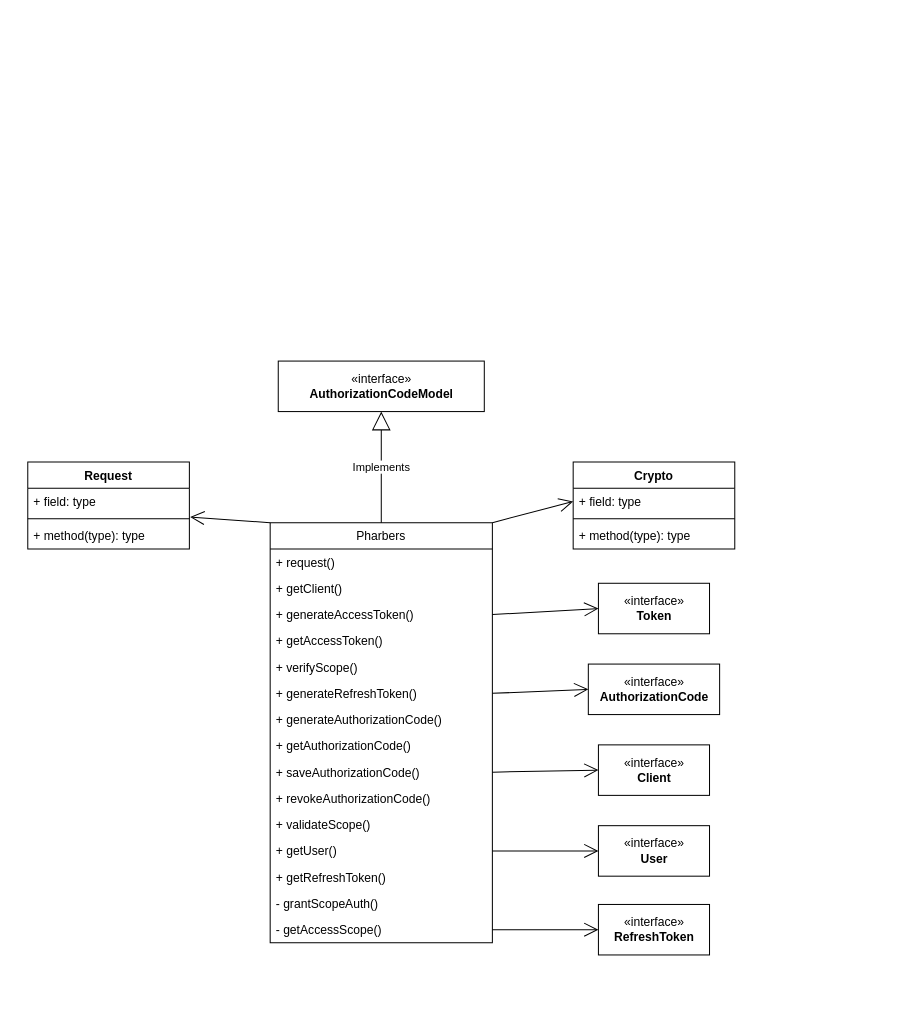
Before: Untitled Diagram.drawio in wordlu/note-update, a draw.io diagram. Source tidied: cells renumbered, new cells numbered last; positions are measured from the earlier drawing's top-left corner, leaving out a move shared by most shapes. Both pictures are drawn from the tidied source at 101%, with x=0, y=0 at pixel (27, 260).
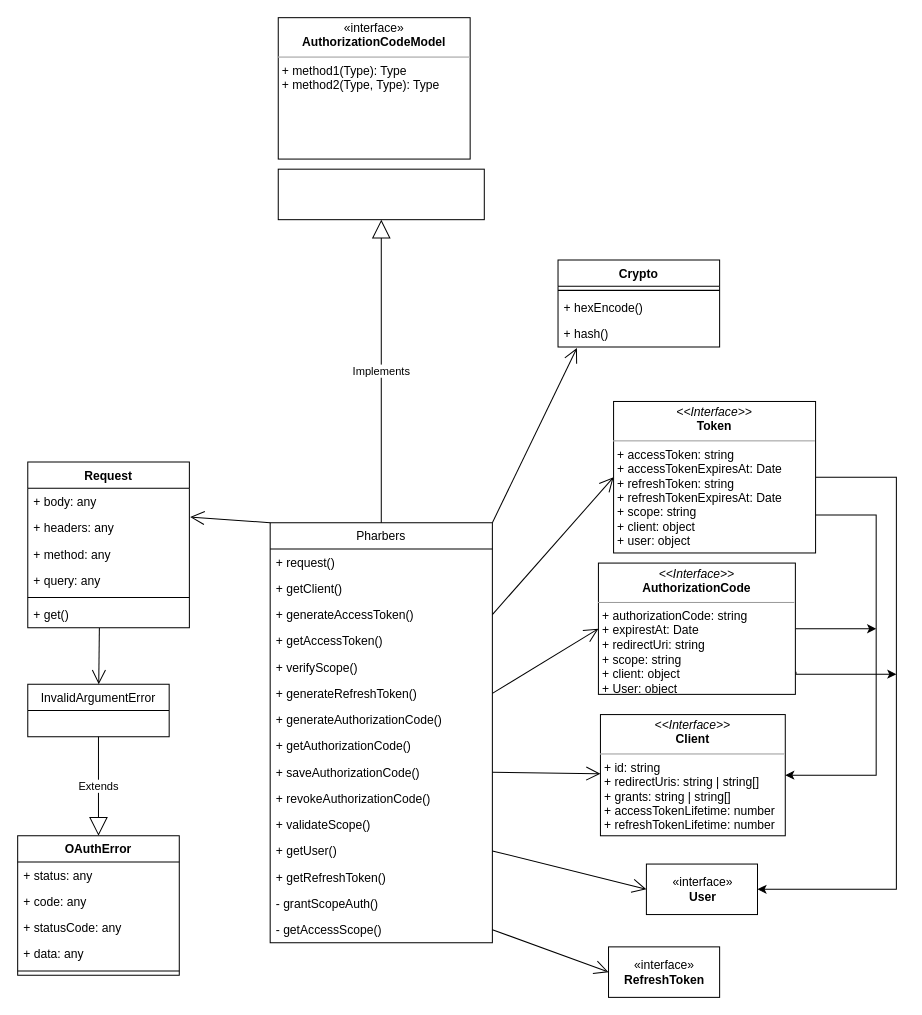
The same diagram, later.

The change refers to these unchanged cells:
```xml
<mxCell id="2" value="Pharbers" style="swimlane;fontStyle=0;horizontal=1;startSize=26;fillColor=none;" parent="1" vertex="1">
  <mxGeometry x="240" y="260" width="220" height="416" as="geometry" />
</mxCell>
<mxCell id="5" value="+ generateAccessToken()&#10;&#10;+ saveToken()&#10;" style="text;strokeColor=none;fillColor=none;align=left;verticalAlign=top;spacingLeft=4;spacingRight=4;overflow=hidden;points=[[0,0.5],[1,0.5]];portConstraint=eastwest;" parent="2" vertex="1">
  <mxGeometry y="78" width="220" height="26" as="geometry" />
</mxCell>
<mxCell id="8" value="+ generateRefreshToken()&#10;&#10;&#10;&#10;" style="text;strokeColor=none;fillColor=none;align=left;verticalAlign=top;spacingLeft=4;spacingRight=4;overflow=hidden;points=[[0,0.5],[1,0.5]];portConstraint=eastwest;" parent="2" vertex="1">
  <mxGeometry y="156" width="220" height="26" as="geometry" />
</mxCell>
<mxCell id="11" value="+ saveAuthorizationCode()&#10;&#10;&#10;" style="text;strokeColor=none;fillColor=none;align=left;verticalAlign=top;spacingLeft=4;spacingRight=4;overflow=hidden;points=[[0,0.5],[1,0.5]];portConstraint=eastwest;" parent="2" vertex="1">
  <mxGeometry y="234" width="220" height="26" as="geometry" />
</mxCell>
```

Diff of the diagram source:
```diff
@@
-    <mxCell id="18" value="Implements" style="endArrow=block;endSize=16;endFill=0;html=1;exitX=0.5;exitY=0;exitDx=0;exitDy=0;entryX=0.5;entryY=1;entryDx=0;entryDy=0;" parent="1" edge="1" source="2">
-      <mxGeometry relative="1" as="geometry">
-        <mxPoint x="350" y="150" as="targetPoint" />
-      </mxGeometry>
+    <mxCell id="18" value="Implements" style="endArrow=block;endSize=16;endFill=0;html=1;exitX=0.5;exitY=0;exitDx=0;exitDy=0;entryX=0.5;entryY=1;entryDx=0;entryDy=0;" parent="1" edge="1" source="2" target="20">
+      <mxGeometry relative="1" as="geometry" />
     </mxCell>
@@
-    <mxCell id="20" value="«interface»&lt;br&gt;&lt;b&gt;AuthorizationCodeModel&lt;/b&gt;&lt;b&gt;&lt;br&gt;&lt;/b&gt;" style="html=1;" parent="1" vertex="1">
-      <mxGeometry x="248" y="100" width="204" height="50" as="geometry" />
+    <mxCell id="20" value="&lt;b&gt;&lt;br&gt;&lt;/b&gt;" style="html=1;" parent="1" vertex="1">
+      <mxGeometry x="248" y="-90" width="204" height="50" as="geometry" />
     </mxCell>
@@
     <mxCell id="22" value="Request&#10;" style="swimlane;fontStyle=1;align=center;verticalAlign=top;horizontal=1;startSize=26;" parent="1" vertex="1">
-      <mxGeometry y="200" width="160" height="86" as="geometry" />
+      <mxGeometry y="200" width="160" height="164" as="geometry" />
     </mxCell>
-    <mxCell id="23" value="+ field: type" style="text;strokeColor=none;fillColor=none;align=left;verticalAlign=top;spacingLeft=4;spacingRight=4;overflow=hidden;points=[[0,0.5],[1,0.5]];portConstraint=eastwest;" parent="22" vertex="1">
+    <mxCell id="23" value="+ body: any&#10;&#10;" style="text;strokeColor=none;fillColor=none;align=left;verticalAlign=top;spacingLeft=4;spacingRight=4;overflow=hidden;points=[[0,0.5],[1,0.5]];portConstraint=eastwest;" parent="22" vertex="1">
       <mxGeometry y="26" width="160" height="26" as="geometry" />
     </mxCell>
+    <mxCell id="41" value="+ headers: any" style="text;strokeColor=none;fillColor=none;align=left;verticalAlign=top;spacingLeft=4;spacingRight=4;overflow=hidden;" parent="22" vertex="1">
+      <mxGeometry y="52" width="160" height="26" as="geometry" />
+    </mxCell>
+    <mxCell id="42" value="+ method: any" style="text;strokeColor=none;fillColor=none;align=left;verticalAlign=top;spacingLeft=4;spacingRight=4;overflow=hidden;" parent="22" vertex="1">
+      <mxGeometry y="78" width="160" height="26" as="geometry" />
+    </mxCell>
+    <mxCell id="43" value="+ query: any" style="text;strokeColor=none;fillColor=none;align=left;verticalAlign=top;spacingLeft=4;spacingRight=4;overflow=hidden;" parent="22" vertex="1">
+      <mxGeometry y="104" width="160" height="26" as="geometry" />
+    </mxCell>
     <mxCell id="24" style="line;strokeWidth=1;fillColor=none;align=left;verticalAlign=middle;spacingTop=-1;spacingLeft=3;spacingRight=3;labelPosition=right;" parent="22" vertex="1">
-      <mxGeometry y="52" width="160" height="8" as="geometry" />
+      <mxGeometry y="130" width="160" height="8" as="geometry" />
     </mxCell>
-    <mxCell id="25" value="+ method(type): type" style="text;strokeColor=none;fillColor=none;align=left;verticalAlign=top;spacingLeft=4;spacingRight=4;overflow=hidden;points=[[0,0.5],[1,0.5]];portConstraint=eastwest;" parent="22" vertex="1">
-      <mxGeometry y="60" width="160" height="26" as="geometry" />
+    <mxCell id="25" value="+ get()" style="text;strokeColor=none;fillColor=none;align=left;verticalAlign=top;spacingLeft=4;spacingRight=4;overflow=hidden;points=[[0,0.5],[1,0.5]];portConstraint=eastwest;" parent="22" vertex="1">
+      <mxGeometry y="138" width="160" height="26" as="geometry" />
     </mxCell>
     <mxCell id="26" value="Crypto&#10;" style="swimlane;fontStyle=1;align=center;verticalAlign=top;horizontal=1;startSize=26;" parent="1" vertex="1">
-      <mxGeometry x="540" y="200" width="160" height="86" as="geometry" />
+      <mxGeometry x="525" width="160" height="86" as="geometry" />
     </mxCell>
-    <mxCell id="27" value="+ field: type" style="text;strokeColor=none;fillColor=none;align=left;verticalAlign=top;spacingLeft=4;spacingRight=4;overflow=hidden;points=[[0,0.5],[1,0.5]];portConstraint=eastwest;" parent="26" vertex="1">
-      <mxGeometry y="26" width="160" height="26" as="geometry" />
-    </mxCell>
     <mxCell id="28" style="line;strokeWidth=1;fillColor=none;align=left;verticalAlign=middle;spacingTop=-1;spacingLeft=3;spacingRight=3;labelPosition=right;" parent="26" vertex="1">
-      <mxGeometry y="52" width="160" height="8" as="geometry" />
+      <mxGeometry y="26" width="160" height="8" as="geometry" />
     </mxCell>
-    <mxCell id="29" value="+ method(type): type" style="text;strokeColor=none;fillColor=none;align=left;verticalAlign=top;spacingLeft=4;spacingRight=4;overflow=hidden;" parent="26" vertex="1">
-      <mxGeometry y="60" width="160" height="26" as="geometry" />
+    <mxCell id="29" value="+ hexEncode()" style="text;strokeColor=none;fillColor=none;align=left;verticalAlign=top;spacingLeft=4;spacingRight=4;overflow=hidden;" parent="26" vertex="1">
+      <mxGeometry y="34" width="160" height="26" as="geometry" />
     </mxCell>
-    <mxCell id="30" value="«interface»&lt;br&gt;&lt;b&gt;Client&lt;/b&gt;" style="html=1;" parent="1" vertex="1">
-      <mxGeometry x="565" y="480" width="110" height="50" as="geometry" />
-    </mxCell>
-    <mxCell id="31" value="«interface»&lt;br&gt;&lt;b&gt;AuthorizationCode&lt;/b&gt;" style="html=1;" parent="1" vertex="1">
-      <mxGeometry x="555" y="400" width="130" height="50" as="geometry" />
-    </mxCell>
+    <mxCell id="44" value="+ hash()" style="text;strokeColor=none;fillColor=none;align=left;verticalAlign=top;spacingLeft=4;spacingRight=4;overflow=hidden;points=[[0,0.5],[1,0.5]];portConstraint=eastwest;" parent="26" vertex="1">
+      <mxGeometry y="60" width="160" height="26" as="geometry" />
+    </mxCell>
     <mxCell id="32" value="«interface»&lt;br&gt;&lt;b&gt;RefreshToken&lt;/b&gt;" style="html=1;" parent="1" vertex="1">
-      <mxGeometry x="565" y="638" width="110" height="50" as="geometry" />
+      <mxGeometry x="575" y="680" width="110" height="50" as="geometry" />
     </mxCell>
-    <mxCell id="33" value="«interface»&lt;br&gt;&lt;b&gt;Token&lt;/b&gt;" style="html=1;" parent="1" vertex="1">
-      <mxGeometry x="565" y="320" width="110" height="50" as="geometry" />
-    </mxCell>
     <mxCell id="34" value="«interface»&lt;br&gt;&lt;b&gt;User&lt;/b&gt;" style="html=1;" parent="1" vertex="1">
-      <mxGeometry x="565" y="560" width="110" height="50" as="geometry" />
+      <mxGeometry x="612.5" y="598" width="110" height="50" as="geometry" />
     </mxCell>
@@
-    <mxCell id="37" style="endArrow=open;endFill=1;endSize=12;html=1;exitX=1;exitY=0.5;exitDx=0;exitDy=0;entryX=0;entryY=0.5;entryDx=0;entryDy=0;" parent="1" edge="1" source="11" target="30">
+    <mxCell id="37" style="endArrow=open;endFill=1;endSize=12;html=1;exitX=1;exitY=0.5;exitDx=0;exitDy=0;" parent="1" edge="1" source="11" target="57">
       <mxGeometry relative="1" as="geometry" />
     </mxCell>
-    <mxCell id="38" style="endArrow=open;endFill=1;endSize=12;html=1;exitX=1;exitY=0.5;exitDx=0;exitDy=0;entryX=0;entryY=0.5;entryDx=0;entryDy=0;" parent="1" edge="1" source="8" target="31">
+    <mxCell id="38" style="endArrow=open;endFill=1;endSize=12;html=1;exitX=1;exitY=0.5;exitDx=0;exitDy=0;entryX=0;entryY=0.5;entryDx=0;entryDy=0;" parent="1" edge="1" source="8" target="56">
       <mxGeometry relative="1" as="geometry" />
     </mxCell>
-    <mxCell id="39" style="endArrow=open;endFill=1;endSize=12;html=1;exitX=1;exitY=0.5;exitDx=0;exitDy=0;entryX=0;entryY=0.5;entryDx=0;entryDy=0;" parent="1" edge="1" source="5" target="33">
+    <mxCell id="39" style="endArrow=open;endFill=1;endSize=12;html=1;exitX=1;exitY=0.5;exitDx=0;exitDy=0;entryX=0;entryY=0.5;entryDx=0;entryDy=0;" parent="1" edge="1" source="5" target="60">
       <mxGeometry relative="1" as="geometry" />
     </mxCell>
-    <mxCell id="40" style="endArrow=open;endFill=1;endSize=12;html=1;exitX=1;exitY=0;exitDx=0;exitDy=0;entryX=0;entryY=0.5;entryDx=0;entryDy=0;" parent="1" edge="1" source="2" target="27">
+    <mxCell id="40" style="endArrow=open;endFill=1;endSize=12;html=1;exitX=1;exitY=0;exitDx=0;exitDy=0;entryX=0.117;entryY=1.039;entryDx=0;entryDy=0;entryPerimeter=0;" parent="1" edge="1" source="2" target="44">
       <mxGeometry relative="1" as="geometry" />
     </mxCell>
+    <mxCell id="45" value="InvalidArgumentError" style="swimlane;fontStyle=0;horizontal=1;startSize=26;fillColor=none;" parent="1" vertex="1">
+      <mxGeometry y="420" width="140" height="52" as="geometry" />
+    </mxCell>
+    <mxCell id="46" style="endArrow=open;endFill=1;endSize=12;html=1;exitX=0.443;exitY=1.011;exitDx=0;exitDy=0;exitPerimeter=0;" parent="1" edge="1" source="25" target="45">
+      <mxGeometry relative="1" as="geometry" />
+    </mxCell>
+    <mxCell id="47" value="Extends" style="endArrow=block;endSize=16;endFill=0;html=1;exitX=0.5;exitY=1;exitDx=0;exitDy=0;" parent="1" edge="1" source="45" target="48">
+      <mxGeometry relative="1" as="geometry" />
+    </mxCell>
+    <mxCell id="48" value="OAuthError" style="swimlane;fontStyle=1;align=center;verticalAlign=top;horizontal=1;startSize=26;" parent="1" vertex="1">
+      <mxGeometry x="-10" y="570" width="160" height="138" as="geometry" />
+    </mxCell>
+    <mxCell id="49" value="+ status: any" style="text;strokeColor=none;fillColor=none;align=left;verticalAlign=top;spacingLeft=4;spacingRight=4;overflow=hidden;" parent="48" vertex="1">
+      <mxGeometry y="26" width="160" height="26" as="geometry" />
+    </mxCell>
+    <mxCell id="50" value="+ code: any" style="text;strokeColor=none;fillColor=none;align=left;verticalAlign=top;spacingLeft=4;spacingRight=4;overflow=hidden;" parent="48" vertex="1">
+      <mxGeometry y="52" width="160" height="26" as="geometry" />
+    </mxCell>
+    <mxCell id="51" value="+ statusCode: any" style="text;strokeColor=none;fillColor=none;align=left;verticalAlign=top;spacingLeft=4;spacingRight=4;overflow=hidden;" parent="48" vertex="1">
+      <mxGeometry y="78" width="160" height="26" as="geometry" />
+    </mxCell>
+    <mxCell id="52" value="+ data: any" style="text;strokeColor=none;fillColor=none;align=left;verticalAlign=top;spacingLeft=4;spacingRight=4;overflow=hidden;" parent="48" vertex="1">
+      <mxGeometry y="104" width="160" height="26" as="geometry" />
+    </mxCell>
+    <mxCell id="53" style="line;strokeWidth=1;fillColor=none;align=left;verticalAlign=middle;spacingTop=-1;spacingLeft=3;spacingRight=3;labelPosition=right;" parent="48" vertex="1">
+      <mxGeometry y="130" width="160" height="8" as="geometry" />
+    </mxCell>
+    <mxCell id="54" style="edgeStyle=orthogonalEdgeStyle;rounded=0;jettySize=auto;html=1;" parent="1" edge="1" source="56">
+      <mxGeometry relative="1" as="geometry">
+        <mxPoint x="840" y="365" as="targetPoint" />
+      </mxGeometry>
+    </mxCell>
+    <mxCell id="55" style="edgeStyle=orthogonalEdgeStyle;rounded=0;jettySize=auto;html=1;exitX=1.003;exitY=0.827;exitDx=0;exitDy=0;exitPerimeter=0;" parent="1" edge="1" source="56">
+      <mxGeometry relative="1" as="geometry">
+        <mxPoint x="860" y="410" as="targetPoint" />
+        <Array as="points">
+          <mxPoint x="761" y="410" />
+        </Array>
+      </mxGeometry>
+    </mxCell>
+    <mxCell id="56" value="&lt;p style=&quot;margin: 0px ; margin-top: 4px ; text-align: center&quot;&gt;&lt;i&gt;&amp;lt;&amp;lt;Interface&amp;gt;&amp;gt;&lt;/i&gt;&lt;br&gt;&lt;b&gt;AuthorizationCode&lt;/b&gt;&lt;b&gt;&lt;br&gt;&lt;/b&gt;&lt;/p&gt;&lt;hr size=&quot;1&quot;&gt;&lt;p style=&quot;margin: 0px ; margin-left: 4px&quot;&gt;+ authorizationCode: string&lt;br&gt;+ expirestAt: Date&lt;/p&gt;&lt;p style=&quot;margin: 0px ; margin-left: 4px&quot;&gt;+ redirectUri: string&lt;/p&gt;&lt;p style=&quot;margin: 0px ; margin-left: 4px&quot;&gt;+ scope: string&lt;/p&gt;&lt;p style=&quot;margin: 0px ; margin-left: 4px&quot;&gt;+ client: object&lt;/p&gt;&lt;p style=&quot;margin: 0px ; margin-left: 4px&quot;&gt;+ User: object&lt;/p&gt;" style="verticalAlign=top;align=left;overflow=fill;fontSize=12;fontFamily=Helvetica;html=1;" parent="1" vertex="1">
+      <mxGeometry x="565" y="300" width="195" height="130" as="geometry" />
+    </mxCell>
+    <mxCell id="57" value="&lt;p style=&quot;margin: 0px ; margin-top: 4px ; text-align: center&quot;&gt;&lt;i&gt;&amp;lt;&amp;lt;Interface&amp;gt;&amp;gt;&lt;/i&gt;&lt;br&gt;&lt;b&gt;Client&lt;/b&gt;&lt;/p&gt;&lt;hr size=&quot;1&quot;&gt;&lt;p style=&quot;margin: 0px ; margin-left: 4px&quot;&gt;+ id: string&lt;br&gt;&lt;/p&gt;&lt;p style=&quot;margin: 0px ; margin-left: 4px&quot;&gt;+ redirectUris: string | string[]&lt;/p&gt;&lt;p style=&quot;margin: 0px ; margin-left: 4px&quot;&gt;+ grants: string | string[]&lt;/p&gt;&lt;p style=&quot;margin: 0px ; margin-left: 4px&quot;&gt;+ accessTokenLifetime: number&lt;/p&gt;&lt;p style=&quot;margin: 0px ; margin-left: 4px&quot;&gt;+ refreshTokenLifetime: number&lt;/p&gt;" style="verticalAlign=top;align=left;overflow=fill;fontSize=12;fontFamily=Helvetica;html=1;" parent="1" vertex="1">
+      <mxGeometry x="567" y="450" width="183" height="120" as="geometry" />
+    </mxCell>
+    <mxCell id="58" style="edgeStyle=orthogonalEdgeStyle;rounded=0;jettySize=auto;html=1;entryX=1;entryY=0.5;entryDx=0;entryDy=0;" parent="1" edge="1" source="60" target="34">
+      <mxGeometry relative="1" as="geometry">
+        <Array as="points">
+          <mxPoint x="860" y="215" />
+          <mxPoint x="860" y="623" />
+        </Array>
+      </mxGeometry>
+    </mxCell>
+    <mxCell id="59" style="edgeStyle=orthogonalEdgeStyle;rounded=0;jettySize=auto;html=1;exitX=1;exitY=0.75;exitDx=0;exitDy=0;entryX=1;entryY=0.5;entryDx=0;entryDy=0;" parent="1" edge="1" source="60" target="57">
+      <mxGeometry relative="1" as="geometry">
+        <Array as="points">
+          <mxPoint x="840" y="253" />
+          <mxPoint x="840" y="510" />
+        </Array>
+      </mxGeometry>
+    </mxCell>
+    <mxCell id="60" value="&lt;p style=&quot;margin: 0px ; margin-top: 4px ; text-align: center&quot;&gt;&lt;i&gt;&amp;lt;&amp;lt;Interface&amp;gt;&amp;gt;&lt;/i&gt;&lt;br&gt;&lt;b&gt;Token&lt;/b&gt;&lt;/p&gt;&lt;hr size=&quot;1&quot;&gt;&lt;p style=&quot;margin: 0px ; margin-left: 4px&quot;&gt;+ accessToken: string&lt;br&gt;&lt;/p&gt;&lt;p style=&quot;margin: 0px ; margin-left: 4px&quot;&gt;+ accessTokenExpiresAt: Date&lt;/p&gt;&lt;p style=&quot;margin: 0px ; margin-left: 4px&quot;&gt;+ refreshToken: string&lt;/p&gt;&lt;p style=&quot;margin: 0px ; margin-left: 4px&quot;&gt;+ refreshTokenExpiresAt: Date&lt;/p&gt;&lt;p style=&quot;margin: 0px ; margin-left: 4px&quot;&gt;+ scope: string&lt;/p&gt;&lt;p style=&quot;margin: 0px ; margin-left: 4px&quot;&gt;+ client: object&lt;/p&gt;&lt;p style=&quot;margin: 0px ; margin-left: 4px&quot;&gt;+ user: object&lt;/p&gt;" style="verticalAlign=top;align=left;overflow=fill;fontSize=12;fontFamily=Helvetica;html=1;" parent="1" vertex="1">
+      <mxGeometry x="580" y="140" width="200" height="150" as="geometry" />
+    </mxCell>
+    <mxCell id="61" value="&lt;p style=&quot;margin: 0px ; margin-top: 4px ; text-align: center&quot;&gt;«interface»&lt;br&gt;&lt;b&gt;AuthorizationCodeModel&lt;/b&gt;&lt;/p&gt;&lt;hr size=&quot;1&quot;&gt;&lt;p style=&quot;margin: 0px ; margin-left: 4px&quot;&gt;+ method1(Type): Type&lt;br&gt;+ method2(Type, Type): Type&lt;/p&gt;" style="verticalAlign=top;align=left;overflow=fill;fontSize=12;fontFamily=Helvetica;html=1;" parent="1" vertex="1">
+      <mxGeometry x="248" y="-240" width="190" height="140" as="geometry" />
+    </mxCell>
```
